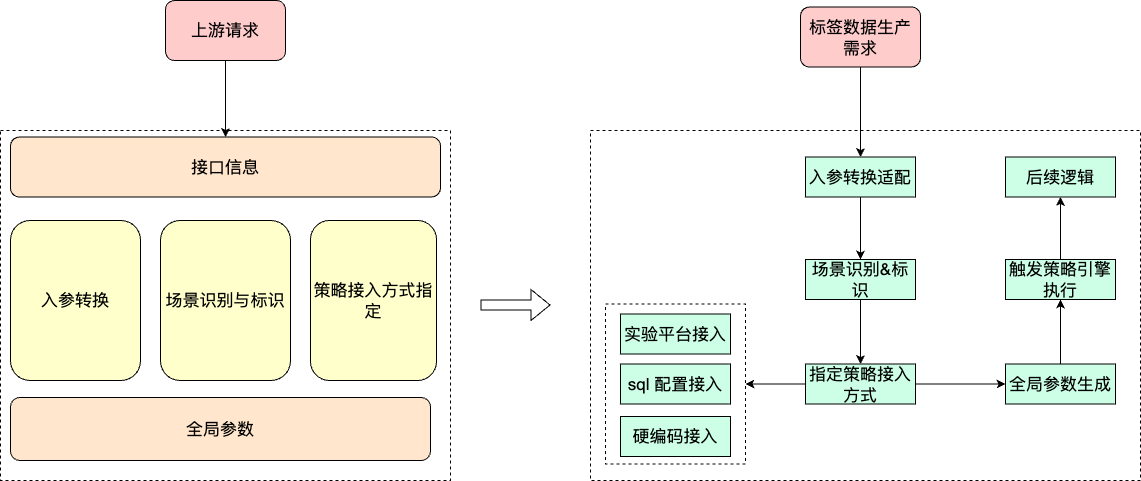
Above: 策略配置方案分析.png in liujunao/draw-data (draw.io), before the change. Source tidied: cells renumbered, new cells last; positions are measured from the earlier drawing's top-left corner, leaving out a move shared by most shapes.
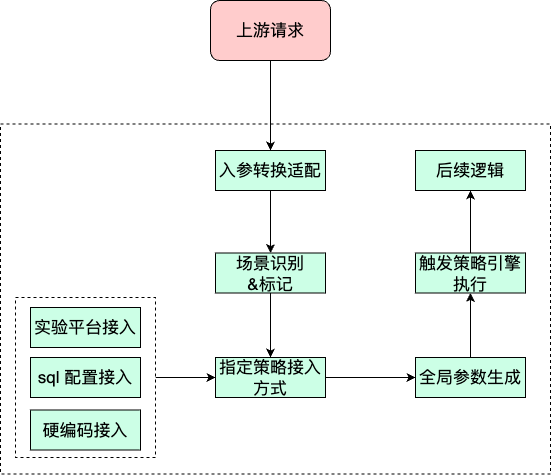
Later version of the same file.

Commit message:
更新策略配置方案分析.png

What changed in the source:
```diff
@@ -5,27 +5,12 @@
     <mxCell id="2" style="rounded=0;whiteSpace=wrap;html=1;dashed=1;" parent="1" vertex="1">
       <mxGeometry x="590" y="130" width="550" height="350" as="geometry" />
     </mxCell>
+    <mxCell id="30" style="edgeStyle=orthogonalEdgeStyle;rounded=0;jettySize=auto;html=1;exitX=1;exitY=0.5;exitDx=0;exitDy=0;" parent="1" edge="1" source="3" target="21">
+      <mxGeometry relative="1" as="geometry" />
+    </mxCell>
     <mxCell id="3" style="rounded=0;whiteSpace=wrap;html=1;dashed=1;" parent="1" vertex="1">
       <mxGeometry x="605" y="303.5" width="140" height="160" as="geometry" />
     </mxCell>
-    <mxCell id="4" style="rounded=0;whiteSpace=wrap;html=1;dashed=1;" parent="1" vertex="1">
-      <mxGeometry y="130" width="450" height="350" as="geometry" />
-    </mxCell>
-    <mxCell id="5" style="edgeStyle=orthogonalEdgeStyle;rounded=0;jettySize=auto;html=1;exitX=0.5;exitY=1;exitDx=0;exitDy=0;" parent="1" edge="1" source="6" target="8">
-      <mxGeometry relative="1" as="geometry" />
-    </mxCell>
-    <mxCell id="6" value="&lt;font size=&quot;3&quot;&gt;上游请求&lt;/font&gt;" style="rounded=1;whiteSpace=wrap;html=1;fillColor=#FFCCCC;" parent="1" vertex="1">
-      <mxGeometry x="165" width="120" height="60" as="geometry" />
-    </mxCell>
-    <mxCell id="7" value="&lt;font size=&quot;3&quot;&gt;入参转换&lt;/font&gt;" style="rounded=1;whiteSpace=wrap;html=1;fillColor=#FFFFCC;" parent="1" vertex="1">
-      <mxGeometry x="10" y="220" width="130" height="160" as="geometry" />
-    </mxCell>
-    <mxCell id="8" value="&lt;font size=&quot;3&quot;&gt;接口信息&lt;/font&gt;" style="rounded=1;whiteSpace=wrap;html=1;fillColor=#FFE6CC;" parent="1" vertex="1">
-      <mxGeometry x="10" y="136.5" width="430" height="60" as="geometry" />
-    </mxCell>
-    <mxCell id="9" value="&lt;font size=&quot;3&quot;&gt;全局参数&lt;/font&gt;" style="rounded=1;whiteSpace=wrap;html=1;fillColor=#FFE6CC;" parent="1" vertex="1">
-      <mxGeometry x="10" y="397" width="420" height="63" as="geometry" />
-    </mxCell>
     <mxCell id="10" style="edgeStyle=orthogonalEdgeStyle;rounded=0;jettySize=auto;html=1;exitX=0.5;exitY=1;exitDx=0;exitDy=0;entryX=0.5;entryY=0;entryDx=0;entryDy=0;" parent="1" edge="1" source="11" target="13">
       <mxGeometry relative="1" as="geometry" />
     </mxCell>
@@ -35,7 +20,7 @@
     <mxCell id="12" style="edgeStyle=orthogonalEdgeStyle;rounded=0;jettySize=auto;html=1;exitX=0.5;exitY=1;exitDx=0;exitDy=0;entryX=0.5;entryY=0;entryDx=0;entryDy=0;" parent="1" edge="1" source="13" target="21">
       <mxGeometry relative="1" as="geometry" />
     </mxCell>
-    <mxCell id="13" value="&lt;font size=&quot;3&quot;&gt;场景识别&amp;amp;标识&lt;/font&gt;" style="rounded=0;whiteSpace=wrap;html=1;fillColor=#CCFFE6;" parent="1" vertex="1">
+    <mxCell id="13" value="&lt;font size=&quot;3&quot;&gt;场景识别&lt;br&gt;&amp;amp;标记&lt;/font&gt;" style="rounded=0;whiteSpace=wrap;html=1;fillColor=#CCFFE6;" parent="1" vertex="1">
       <mxGeometry x="805" y="259" width="110" height="40" as="geometry" />
     </mxCell>
     <mxCell id="14" style="edgeStyle=orthogonalEdgeStyle;rounded=0;jettySize=auto;html=1;exitX=0.5;exitY=0;exitDx=0;exitDy=0;entryX=0.5;entryY=1;entryDx=0;entryDy=0;" parent="1" edge="1" source="15" target="28">
@@ -53,9 +38,6 @@
     <mxCell id="18" value="&lt;font size=&quot;3&quot;&gt;实验平台接入&lt;/font&gt;" style="rounded=0;whiteSpace=wrap;html=1;fillColor=#CCFFE6;" parent="1" vertex="1">
       <mxGeometry x="620" y="313.5" width="110" height="40" as="geometry" />
     </mxCell>
-    <mxCell id="19" style="edgeStyle=orthogonalEdgeStyle;rounded=0;jettySize=auto;html=1;exitX=0;exitY=0.5;exitDx=0;exitDy=0;entryX=1;entryY=0.5;entryDx=0;entryDy=0;" parent="1" edge="1" source="21" target="3">
-      <mxGeometry relative="1" as="geometry" />
-    </mxCell>
     <mxCell id="20" style="edgeStyle=orthogonalEdgeStyle;rounded=0;jettySize=auto;html=1;exitX=1;exitY=0.5;exitDx=0;exitDy=0;entryX=0;entryY=0.5;entryDx=0;entryDy=0;" parent="1" edge="1" source="21" target="15">
       <mxGeometry relative="1" as="geometry" />
     </mxCell>
@@ -65,21 +47,9 @@
     <mxCell id="22" style="edgeStyle=orthogonalEdgeStyle;rounded=0;jettySize=auto;html=1;exitX=0.5;exitY=1;exitDx=0;exitDy=0;entryX=0.5;entryY=0;entryDx=0;entryDy=0;" parent="1" edge="1" source="23" target="11">
       <mxGeometry relative="1" as="geometry" />
     </mxCell>
-    <mxCell id="23" value="&lt;font size=&quot;3&quot;&gt;标签数据生产需求&lt;/font&gt;" style="rounded=1;whiteSpace=wrap;html=1;fillColor=#FFCCCC;" parent="1" vertex="1">
+    <mxCell id="23" value="&lt;font size=&quot;3&quot;&gt;上游请求&lt;/font&gt;" style="rounded=1;whiteSpace=wrap;html=1;fillColor=#FFCCCC;" parent="1" vertex="1">
       <mxGeometry x="800" y="6.5" width="120" height="60" as="geometry" />
     </mxCell>
-    <mxCell id="24" style="shape=flexArrow;endArrow=classic;html=1;rounded=0;" parent="1" edge="1">
-      <mxGeometry relative="1" as="geometry">
-        <mxPoint x="480" y="304.5" as="sourcePoint" />
-        <mxPoint x="550" y="304.5" as="targetPoint" />
-      </mxGeometry>
-    </mxCell>
-    <mxCell id="25" value="&lt;font size=&quot;3&quot;&gt;场景识别与标识&lt;/font&gt;" style="rounded=1;whiteSpace=wrap;html=1;fillColor=#FFFFCC;" parent="1" vertex="1">
-      <mxGeometry x="160" y="220" width="130" height="160" as="geometry" />
-    </mxCell>
-    <mxCell id="26" value="&lt;font size=&quot;3&quot;&gt;策略接入方式指定&lt;/font&gt;" style="rounded=1;whiteSpace=wrap;html=1;fillColor=#FFFFCC;" parent="1" vertex="1">
-      <mxGeometry x="310" y="220" width="126" height="160" as="geometry" />
-    </mxCell>
     <mxCell id="27" style="edgeStyle=orthogonalEdgeStyle;rounded=0;jettySize=auto;html=1;exitX=0.5;exitY=0;exitDx=0;exitDy=0;entryX=0.5;entryY=1;entryDx=0;entryDy=0;" parent="1" edge="1" source="28" target="29">
       <mxGeometry relative="1" as="geometry" />
     </mxCell>
```
